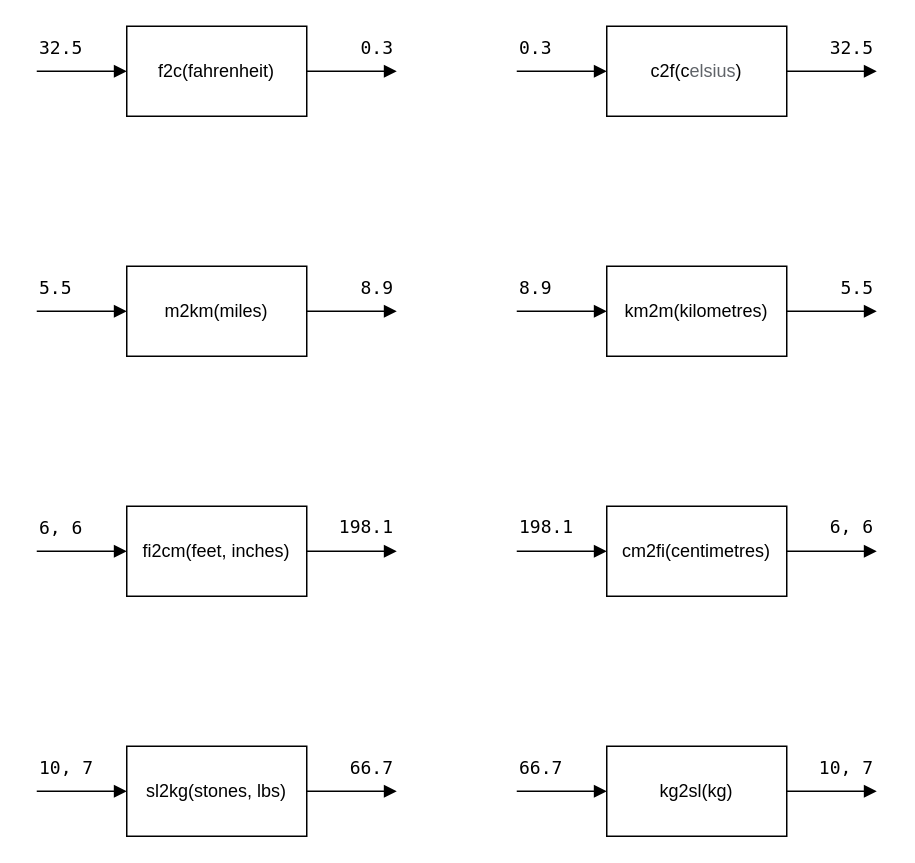
Before: page "functions" (1 of 2) of higher/H-SDD-Convert/assets/H SDD Convert.drawio in MrFriendCS/MrFriendCS.github.io, a draw.io diagram. Source tidied: cells renumbered, new cells numbered last; positions are measured from the earlier drawing's top-left corner, leaving out a move shared by most shapes. Both pictures are drawn from the tidied source at 150%, with x=0, y=0 at pixel (36, 26).
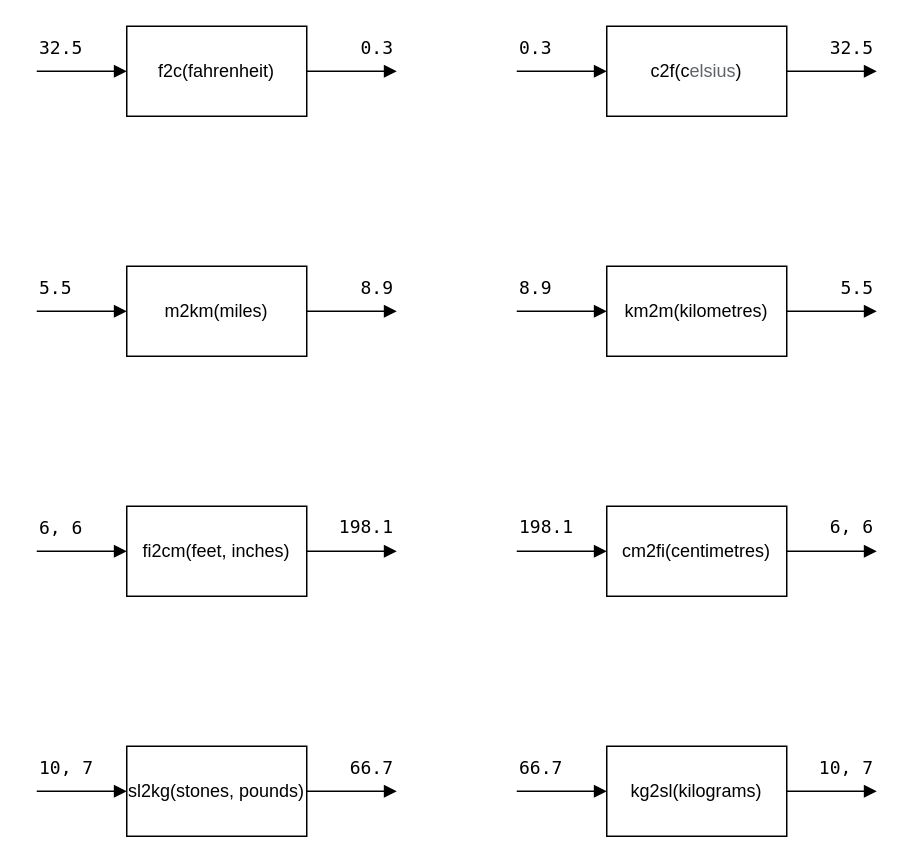
After the change.

What changed in the source:
```diff
@@
-    <mxCell id="33" value="&lt;font style=&quot;font-size: 12px;&quot;&gt;sl2kg(stones, lbs)&lt;/font&gt;" style="rounded=0;whiteSpace=wrap;html=1;" parent="1" vertex="1">
+    <mxCell id="33" value="&lt;font style=&quot;font-size: 12px;&quot;&gt;sl2kg(stones, pounds)&lt;/font&gt;" style="rounded=0;whiteSpace=wrap;html=1;" parent="1" vertex="1">
       <mxGeometry x="60" y="480" width="120" height="60" as="geometry" />
     </mxCell>
@@
-    <mxCell id="37" value="&lt;font style=&quot;font-size: 12px;&quot;&gt;kg2sl(kg)&lt;/font&gt;" style="rounded=0;whiteSpace=wrap;html=1;" parent="1" vertex="1">
+    <mxCell id="37" value="&lt;font style=&quot;font-size: 12px;&quot;&gt;kg2sl(kilograms)&lt;/font&gt;" style="rounded=0;whiteSpace=wrap;html=1;" parent="1" vertex="1">
       <mxGeometry x="380" y="480" width="120" height="60" as="geometry" />
     </mxCell>
```
